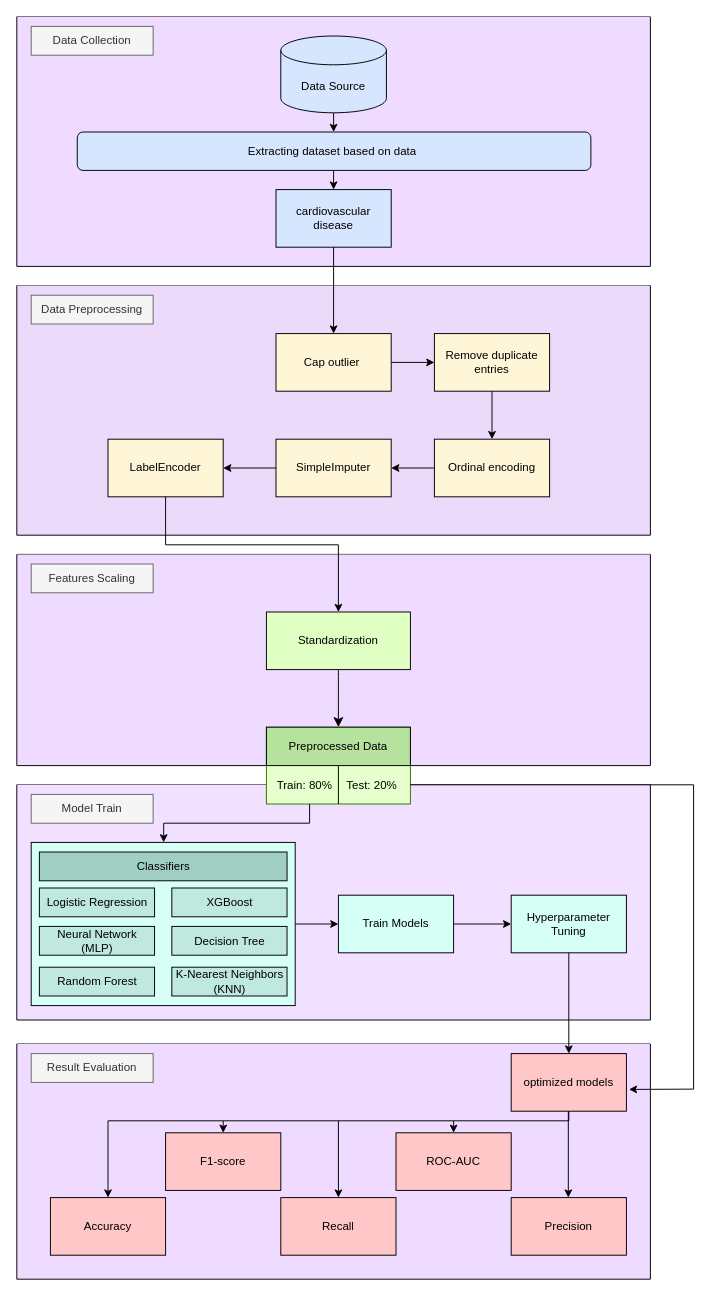
Earlier version of the draw.io diagram pj.drawio (Jenny-Tanananya/Diagram). Source tidied: cells renumbered, new cells numbered last; positions are measured from the earlier drawing's top-left corner, leaving out a move shared by most shapes. Both pictures are drawn from the tidied source at 96%, with x=0, y=0 at pixel (16, 16).
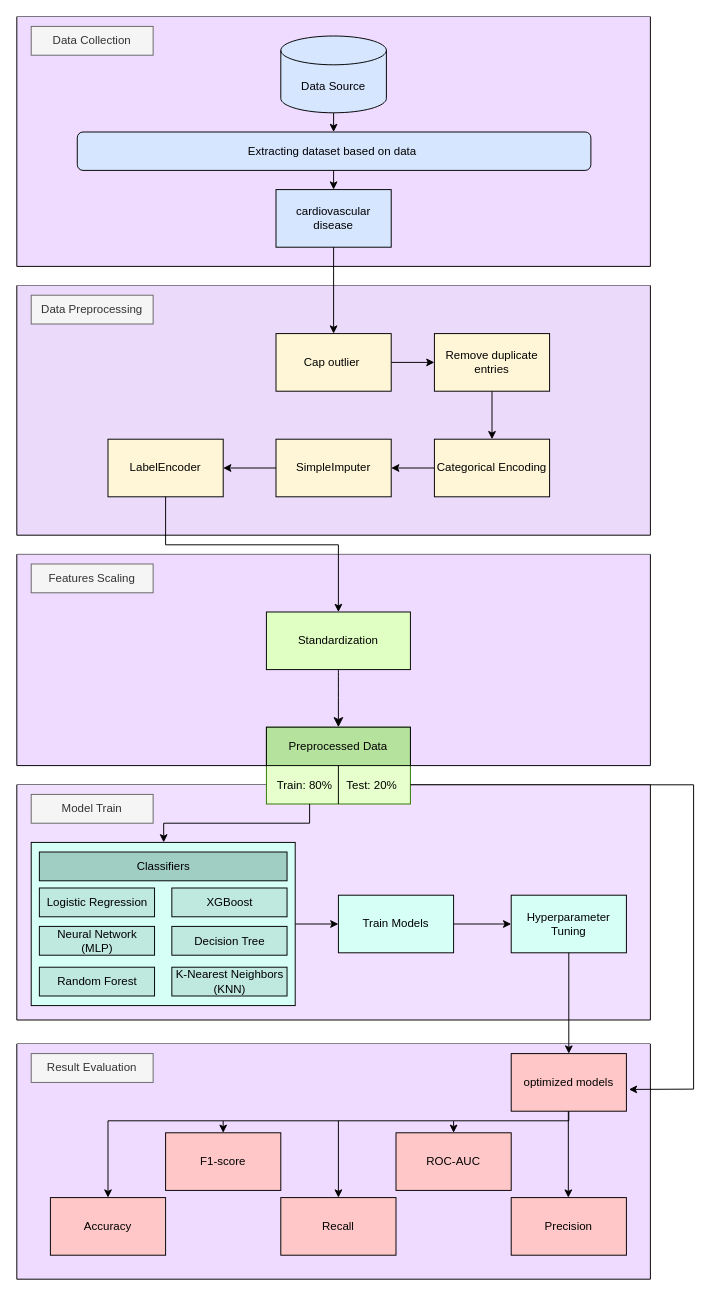
Above is the later version.

The change refers to these unchanged cells:
```xml
<mxCell id="23" style="swimlane;startSize=0;swimlaneFillColor=light-dark(#ecdafb, #ededed);" parent="1" vertex="1">
  <mxGeometry y="280" width="660" height="260" as="geometry" />
</mxCell>
```

Change to the diagram source:
```diff
@@
-    <mxCell id="32" value="Ordinal encoding" style="rounded=0;whiteSpace=wrap;html=1;fillColor=light-dark(#fef6d7, #281d00);" parent="23" vertex="1">
+    <mxCell id="32" value="Categorical Encoding" style="rounded=0;whiteSpace=wrap;html=1;fillColor=light-dark(#fef6d7, #281d00);" parent="23" vertex="1">
       <mxGeometry x="435" y="160" width="120" height="60" as="geometry" />
     </mxCell>
```
